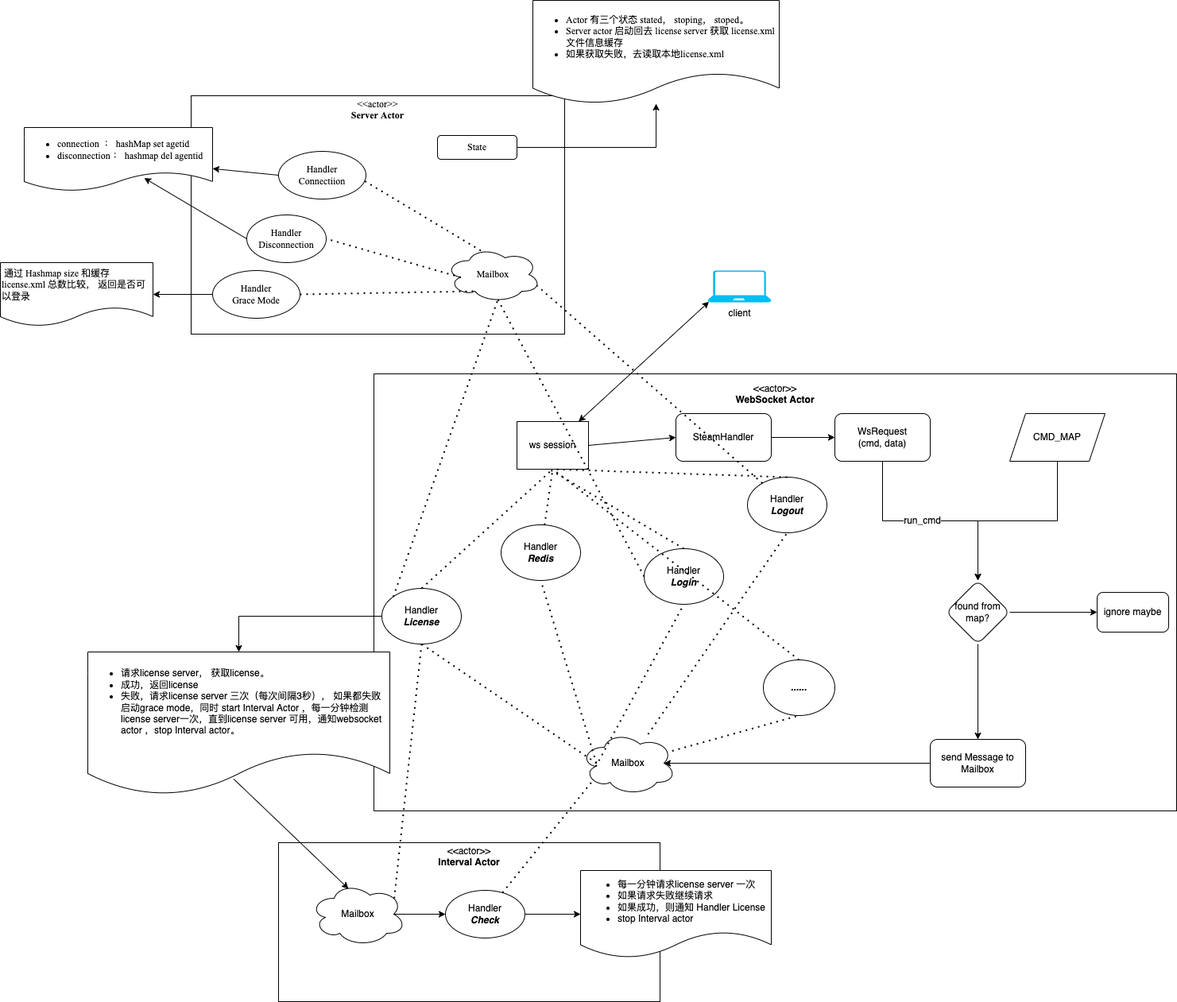
Earlier version of the draw.io export plum_license.drawio.png (sunxingsong/app-digrams). Source tidied: cells renumbered, new cells last; positions are measured from the earlier drawing's top-left corner, leaving out a move shared by most shapes.
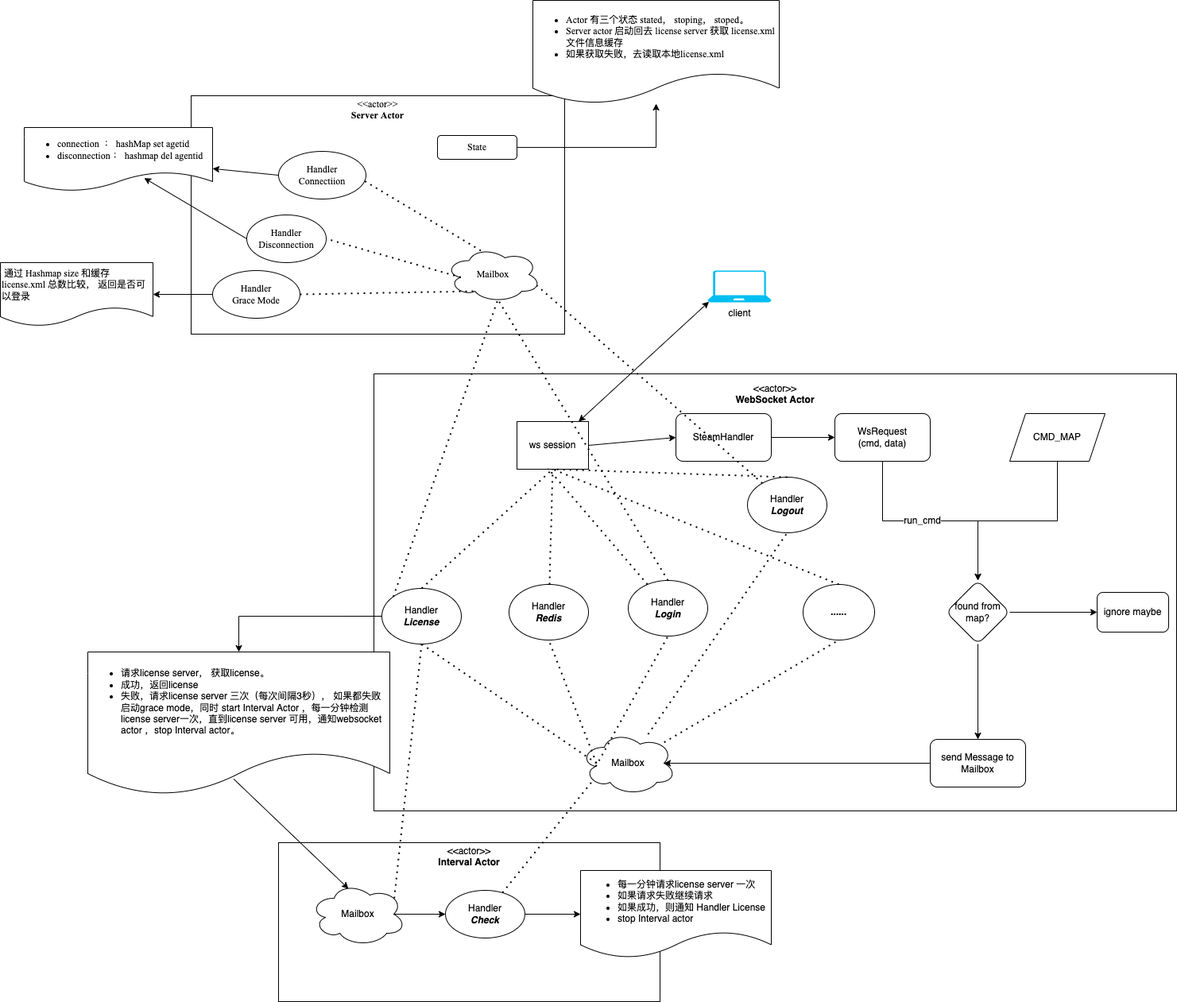
After the change.

What changed in the source:
```diff
@@ -60,7 +60,7 @@
       <mxGeometry x="730" y="920" width="120" height="80" as="geometry" />
     </mxCell>
     <mxCell id="21" value="&lt;font size=&quot;1&quot;&gt;Handler&lt;/font&gt;&lt;br style=&quot;font-size: 11px;&quot;&gt;&lt;b&gt;&lt;i&gt;Login&lt;/i&gt;&lt;/b&gt;" style="ellipse;whiteSpace=wrap;html=1;" parent="1" vertex="1">
-      <mxGeometry x="810" y="690" width="100" height="70" as="geometry" />
+      <mxGeometry x="790" y="730" width="100" height="70" as="geometry" />
     </mxCell>
     <mxCell id="22" style="edgeStyle=orthogonalEdgeStyle;rounded=0;orthogonalLoop=1;jettySize=auto;html=1;exitX=0.5;exitY=1;exitDx=0;exitDy=0;" parent="1" edge="1" source="21" target="21">
       <mxGeometry relative="1" as="geometry" />
@@ -69,7 +69,7 @@
       <mxGeometry x="940" y="600" width="100" height="70" as="geometry" />
     </mxCell>
     <mxCell id="24" value="&lt;b&gt;&lt;i&gt;......&lt;/i&gt;&lt;/b&gt;" style="ellipse;whiteSpace=wrap;html=1;" parent="1" vertex="1">
-      <mxGeometry x="960" y="830" width="90" height="70" as="geometry" />
+      <mxGeometry x="1010" y="735" width="90" height="70" as="geometry" />
     </mxCell>
     <mxCell id="25" style="endArrow=none;dashed=1;html=1;dashPattern=1 3;strokeWidth=2;rounded=0;fontSize=11;entryX=0.5;entryY=1;entryDx=0;entryDy=0;exitX=0.5;exitY=0;exitDx=0;exitDy=0;" parent="1" edge="1" source="24" target="5">
       <mxGeometry relative="1" as="geometry" />
@@ -84,12 +84,12 @@
       <mxGeometry relative="1" as="geometry" />
     </mxCell>
     <mxCell id="29" value="&lt;font size=&quot;1&quot;&gt;Handler&lt;br&gt;&lt;b&gt;&lt;i&gt;Redis&lt;/i&gt;&lt;/b&gt;&lt;br&gt;&lt;/font&gt;" style="ellipse;whiteSpace=wrap;html=1;" parent="1" vertex="1">
-      <mxGeometry x="630" y="660" width="100" height="70" as="geometry" />
+      <mxGeometry x="640" y="735" width="100" height="70" as="geometry" />
     </mxCell>
     <mxCell id="30" style="endArrow=none;dashed=1;html=1;dashPattern=1 3;strokeWidth=2;rounded=0;fontSize=11;entryX=0.5;entryY=1;entryDx=0;entryDy=0;exitX=0.5;exitY=0;exitDx=0;exitDy=0;" parent="1" edge="1" source="23" target="5">
       <mxGeometry relative="1" as="geometry" />
     </mxCell>
-    <mxCell id="31" style="endArrow=none;dashed=1;html=1;dashPattern=1 3;strokeWidth=2;rounded=0;fontSize=11;entryX=0.433;entryY=0.983;entryDx=0;entryDy=0;exitX=0.5;exitY=0;exitDx=0;exitDy=0;entryPerimeter=0;" parent="1" edge="1" source="21" target="5">
+    <mxCell id="31" style="endArrow=none;dashed=1;html=1;dashPattern=1 3;strokeWidth=2;rounded=0;fontSize=11;entryX=0.433;entryY=0.983;entryDx=0;entryDy=0;entryPerimeter=0;" parent="1" edge="1" source="21" target="5">
       <mxGeometry relative="1" as="geometry" />
     </mxCell>
     <mxCell id="32" style="endArrow=none;dashed=1;html=1;dashPattern=1 3;strokeWidth=2;rounded=0;fontSize=11;entryX=0.5;entryY=1;entryDx=0;entryDy=0;" parent="1" edge="1" source="29" target="5">
@@ -153,7 +153,7 @@
     <mxCell id="50" value="Handler&lt;br&gt;Connectiion" style="ellipse;whiteSpace=wrap;html=1;fontFamily=Times New Roman;fontSize=11;" parent="1" vertex="1">
       <mxGeometry x="350" y="190" width="110" height="60" as="geometry" />
     </mxCell>
-    <mxCell id="51" style="endArrow=none;dashed=1;html=1;dashPattern=1 3;strokeWidth=2;rounded=0;fontFamily=Times New Roman;fontSize=11;entryX=0.55;entryY=0.95;entryDx=0;entryDy=0;entryPerimeter=0;exitX=0;exitY=0.5;exitDx=0;exitDy=0;" parent="1" edge="1" source="21" target="49">
+    <mxCell id="51" style="endArrow=none;dashed=1;html=1;dashPattern=1 3;strokeWidth=2;rounded=0;fontFamily=Times New Roman;fontSize=11;entryX=0.55;entryY=0.95;entryDx=0;entryDy=0;entryPerimeter=0;exitX=0.5;exitY=0;exitDx=0;exitDy=0;" parent="1" edge="1" source="21" target="49">
       <mxGeometry relative="1" as="geometry" />
     </mxCell>
     <mxCell id="52" style="endArrow=none;dashed=1;html=1;dashPattern=1 3;strokeWidth=2;rounded=0;fontFamily=Times New Roman;fontSize=11;entryX=0.96;entryY=0.7;entryDx=0;entryDy=0;entryPerimeter=0;" parent="1" edge="1" source="23" target="49">
```
